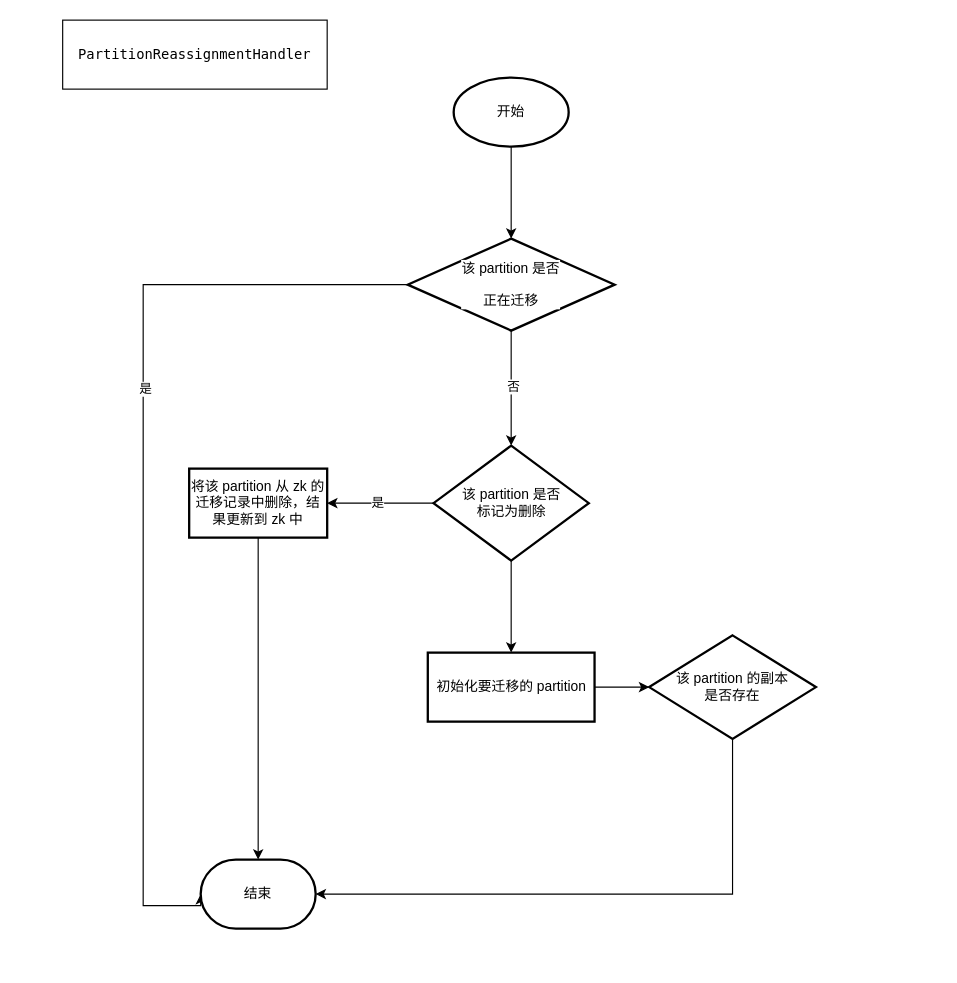
Before: page "副本迁移" (3 of 4) of kafka_controller.drawio in chuyuqiao/gogogo, a draw.io diagram. Source tidied: cells renumbered, new cells numbered last; positions are measured from the earlier drawing's top-left corner, leaving out a move shared by most shapes. Both pictures are drawn from the tidied source at 115%, with x=0, y=0 at pixel (62, 20).
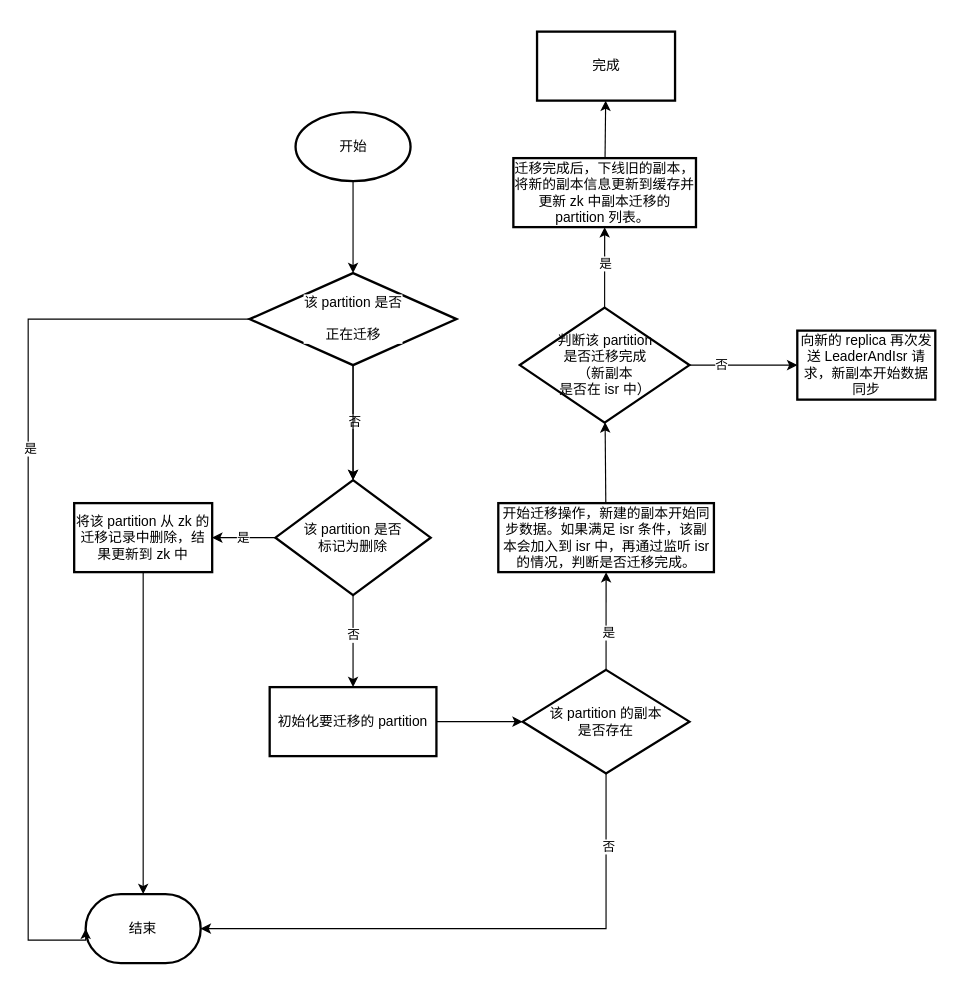
The same diagram, later.

Diff of the diagram source:
```diff
@@
-    <mxCell id="2" value="&lt;pre style=&quot;background-color: rgb(255 , 255 , 255) ; font-family: &amp;#34;menlo&amp;#34;&quot;&gt;PartitionReassignmentHandler&lt;/pre&gt;" style="rounded=0;whiteSpace=wrap;html=1;" parent="1" vertex="1">
-      <mxGeometry width="230" height="60" as="geometry" />
-    </mxCell>
-    <mxCell id="3" style="rounded=0;jettySize=auto;html=1;exitX=0;exitY=0.5;exitDx=0;exitDy=0;exitPerimeter=0;entryX=0;entryY=0.5;entryDx=0;entryDy=0;entryPerimeter=0;edgeStyle=orthogonalEdgeStyle;" parent="1" edge="1" source="7" target="10">
-      <mxGeometry relative="1" as="geometry">
-        <Array as="points">
-          <mxPoint x="70" y="230" />
-          <mxPoint x="70" y="770" />
-        </Array>
-      </mxGeometry>
-    </mxCell>
-    <mxCell id="4" value="是" style="edgeLabel;html=1;align=center;verticalAlign=middle;" parent="3" vertex="1">
-      <mxGeometry x="-0.23" y="1" relative="1" as="geometry" />
-    </mxCell>
+    <mxCell id="21" style="group;" parent="1" vertex="1">
+      <mxGeometry x="-30" y="10" width="788.8" height="810" as="geometry" />
+    </mxCell>
-    <mxCell id="5" style="rounded=0;jettySize=auto;html=1;" parent="1" edge="1" source="7" target="14">
-      <mxGeometry relative="1" as="geometry" />
+    <mxCell id="5" style="rounded=0;jettySize=auto;html=1;" parent="21" edge="1" target="14">
+      <mxGeometry relative="1" as="geometry">
+        <mxPoint x="282.5" y="290" as="sourcePoint" />
+      </mxGeometry>
     </mxCell>
@@
-    <mxCell id="7" value="&lt;pre style=&quot;background-color: rgb(255 , 255 , 255)&quot;&gt;&lt;span style=&quot;font-family: &amp;#34;helvetica&amp;#34;&quot;&gt;该 partition 是否&lt;/span&gt;&lt;/pre&gt;&lt;pre style=&quot;background-color: rgb(255 , 255 , 255)&quot;&gt;&lt;span style=&quot;font-family: &amp;#34;helvetica&amp;#34;&quot;&gt;正在迁移&lt;/span&gt;&lt;/pre&gt;" style="strokeWidth=2;html=1;shape=mxgraph.flowchart.decision;whiteSpace=wrap;" parent="1" vertex="1">
-      <mxGeometry x="300" y="190" width="180" height="80" as="geometry" />
+    <mxCell id="7" value="&lt;pre style=&quot;background-color: rgb(255 , 255 , 255)&quot;&gt;&lt;span style=&quot;font-family: &amp;#34;helvetica&amp;#34;&quot;&gt;该 partition 是否&lt;/span&gt;&lt;/pre&gt;&lt;pre style=&quot;background-color: rgb(255 , 255 , 255)&quot;&gt;&lt;span style=&quot;font-family: &amp;#34;helvetica&amp;#34;&quot;&gt;正在迁移&lt;/span&gt;&lt;/pre&gt;" style="strokeWidth=2;html=1;shape=mxgraph.flowchart.decision;whiteSpace=wrap;" parent="21" vertex="1">
+      <mxGeometry x="192.5" y="210" width="180" height="80" as="geometry" />
     </mxCell>
-    <mxCell id="8" style="edgeStyle=none;rounded=0;jettySize=auto;html=1;" parent="1" edge="1" source="9" target="7">
+    <mxCell id="8" style="edgeStyle=none;rounded=0;jettySize=auto;html=1;entryX=0.5;entryY=0;entryDx=0;entryDy=0;entryPerimeter=0;" parent="21" edge="1" source="9" target="7">
       <mxGeometry relative="1" as="geometry" />
     </mxCell>
-    <mxCell id="9" value="开始" style="strokeWidth=2;html=1;shape=mxgraph.flowchart.start_1;whiteSpace=wrap;" parent="1" vertex="1">
-      <mxGeometry x="340" y="50" width="100" height="60" as="geometry" />
+    <mxCell id="9" value="开始" style="strokeWidth=2;html=1;shape=mxgraph.flowchart.start_1;whiteSpace=wrap;" parent="21" vertex="1">
+      <mxGeometry x="232.5" y="70" width="100" height="60" as="geometry" />
     </mxCell>
-    <mxCell id="10" value="结束" style="strokeWidth=2;html=1;shape=mxgraph.flowchart.terminator;whiteSpace=wrap;" parent="1" vertex="1">
-      <mxGeometry x="120" y="730" width="100" height="60" as="geometry" />
+    <mxCell id="10" value="结束" style="strokeWidth=2;html=1;shape=mxgraph.flowchart.terminator;whiteSpace=wrap;" parent="21" vertex="1">
+      <mxGeometry x="50" y="750" width="100" height="60" as="geometry" />
     </mxCell>
+    <mxCell id="3" style="rounded=0;jettySize=auto;html=1;exitX=0;exitY=0.5;exitDx=0;exitDy=0;exitPerimeter=0;entryX=0;entryY=0.5;entryDx=0;entryDy=0;entryPerimeter=0;edgeStyle=orthogonalEdgeStyle;" parent="21" edge="1" source="7" target="10">
+      <mxGeometry relative="1" as="geometry">
+        <Array as="points">
+          <mxPoint y="250" />
+          <mxPoint y="790" />
+        </Array>
+      </mxGeometry>
+    </mxCell>
+    <mxCell id="4" value="是" style="edgeLabel;html=1;align=center;verticalAlign=middle;" parent="3" vertex="1">
+      <mxGeometry x="-0.23" y="1" relative="1" as="geometry" />
+    </mxCell>
+    <mxCell id="14" value="该 partition 是否&lt;br&gt;标记为删除" style="rhombus;whiteSpace=wrap;html=1;strokeWidth=2;" parent="21" vertex="1">
+      <mxGeometry x="215" y="390" width="135" height="100" as="geometry" />
+    </mxCell>
+    <mxCell id="22" style="edgeStyle=none;rounded=0;jettySize=auto;html=1;exitX=0.5;exitY=1;exitDx=0;exitDy=0;exitPerimeter=0;" parent="21" edge="1" source="7" target="14">
+      <mxGeometry relative="1" as="geometry" />
+    </mxCell>
+    <mxCell id="15" style="edgeStyle=none;rounded=0;jettySize=auto;html=1;exitX=0.5;exitY=0;exitDx=0;exitDy=0;" parent="21" edge="1" source="16" target="10">
+      <mxGeometry relative="1" as="geometry" />
+    </mxCell>
+    <mxCell id="16" value="&lt;span&gt;将该 partition 从 zk 的迁移记录中删除，结果更新到 zk 中&lt;/span&gt;" style="whiteSpace=wrap;html=1;strokeWidth=2;" parent="21" vertex="1">
+      <mxGeometry x="40" y="410" width="120" height="60" as="geometry" />
+    </mxCell>
-    <mxCell id="11" style="rounded=0;jettySize=auto;html=1;entryX=1;entryY=0.5;entryDx=0;entryDy=0;exitX=0;exitY=0.5;exitDx=0;exitDy=0;" parent="1" edge="1" source="14" target="16">
+    <mxCell id="11" style="rounded=0;jettySize=auto;html=1;entryX=1;entryY=0.5;entryDx=0;entryDy=0;exitX=0;exitY=0.5;exitDx=0;exitDy=0;" parent="21" edge="1" source="14" target="16">
       <mxGeometry relative="1" as="geometry" />
     </mxCell>
@@
+    <mxCell id="18" value="初始化要迁移的 partition" style="whiteSpace=wrap;html=1;strokeWidth=2;" parent="21" vertex="1">
+      <mxGeometry x="210" y="570" width="145" height="60" as="geometry" />
+    </mxCell>
-    <mxCell id="13" style="edgeStyle=none;rounded=0;jettySize=auto;html=1;" parent="1" edge="1" source="14" target="18">
+    <mxCell id="13" style="edgeStyle=none;rounded=0;jettySize=auto;html=1;" parent="21" edge="1" source="14" target="18">
       <mxGeometry relative="1" as="geometry" />
     </mxCell>
-    <mxCell id="14" value="该 partition 是否&lt;br&gt;标记为删除" style="rhombus;whiteSpace=wrap;html=1;strokeWidth=2;" parent="1" vertex="1">
-      <mxGeometry x="322.5" y="370" width="135" height="100" as="geometry" />
-    </mxCell>
-    <mxCell id="15" style="edgeStyle=none;rounded=0;jettySize=auto;html=1;exitX=0.5;exitY=0;exitDx=0;exitDy=0;" parent="1" edge="1" source="16" target="10">
-      <mxGeometry relative="1" as="geometry" />
-    </mxCell>
-    <mxCell id="16" value="&lt;span&gt;将该 partition 从 zk 的迁移记录中删除，结果更新到 zk 中&lt;/span&gt;" style="whiteSpace=wrap;html=1;strokeWidth=2;" parent="1" vertex="1">
-      <mxGeometry x="110" y="390" width="120" height="60" as="geometry" />
-    </mxCell>
+    <mxCell id="23" value="否" style="edgeLabel;html=1;align=center;verticalAlign=middle;" parent="13" vertex="1">
+      <mxGeometry x="-0.15" relative="1" as="geometry" />
+    </mxCell>
+    <mxCell id="19" style="edgeStyle=orthogonalEdgeStyle;rounded=0;jettySize=auto;html=1;exitX=0.5;exitY=1;exitDx=0;exitDy=0;entryX=1;entryY=0.5;entryDx=0;entryDy=0;entryPerimeter=0;" parent="21" edge="1" source="20" target="10">
+      <mxGeometry relative="1" as="geometry" />
+    </mxCell>
+    <mxCell id="24" value="否" style="edgeLabel;html=1;align=center;verticalAlign=middle;" parent="19" vertex="1">
+      <mxGeometry x="-0.74" y="2" relative="1" as="geometry" />
+    </mxCell>
+    <mxCell id="20" value="该 partition 的副本&lt;br&gt;是否存在" style="rhombus;whiteSpace=wrap;html=1;strokeWidth=2;" parent="21" vertex="1">
+      <mxGeometry x="430" y="555" width="145" height="90" as="geometry" />
+    </mxCell>
-    <mxCell id="17" style="edgeStyle=none;rounded=0;jettySize=auto;html=1;" parent="1" edge="1" source="18" target="20">
+    <mxCell id="17" style="edgeStyle=none;rounded=0;jettySize=auto;html=1;" parent="21" edge="1" source="18" target="20">
       <mxGeometry relative="1" as="geometry" />
     </mxCell>
-    <mxCell id="18" value="初始化要迁移的 partition" style="whiteSpace=wrap;html=1;strokeWidth=2;" parent="1" vertex="1">
-      <mxGeometry x="317.5" y="550" width="145" height="60" as="geometry" />
-    </mxCell>
-    <mxCell id="19" style="edgeStyle=orthogonalEdgeStyle;rounded=0;jettySize=auto;html=1;exitX=0.5;exitY=1;exitDx=0;exitDy=0;entryX=1;entryY=0.5;entryDx=0;entryDy=0;entryPerimeter=0;" parent="1" edge="1" source="20" target="10">
-      <mxGeometry relative="1" as="geometry" />
-    </mxCell>
-    <mxCell id="20" value="该 partition 的副本&lt;br&gt;是否存在" style="rhombus;whiteSpace=wrap;html=1;strokeWidth=2;" parent="1" vertex="1">
-      <mxGeometry x="510" y="535" width="145" height="90" as="geometry" />
-    </mxCell>
+    <mxCell id="25" value="开始迁移操作，新建的副本开始同步数据。如果满足 isr 条件，该副本会加入到 isr 中，再通过监听 isr 的情况，判断是否迁移完成。" style="whiteSpace=wrap;html=1;strokeWidth=2;" parent="21" vertex="1">
+      <mxGeometry x="408.8" y="410" width="187.5" height="60" as="geometry" />
+    </mxCell>
+    <mxCell id="26" style="rounded=0;jettySize=auto;html=1;" parent="21" edge="1" source="20" target="25">
+      <mxGeometry relative="1" as="geometry" />
+    </mxCell>
+    <mxCell id="27" value="是" style="edgeLabel;html=1;align=center;verticalAlign=middle;" parent="26" vertex="1">
+      <mxGeometry x="-0.22" y="-1" relative="1" as="geometry">
+        <mxPoint x="1" as="offset" />
+      </mxGeometry>
+    </mxCell>
+    <mxCell id="28" value="判断该 partition &lt;br&gt;是否迁移完成&lt;br&gt;（新副本&lt;br&gt;是否在 isr 中）" style="rhombus;whiteSpace=wrap;html=1;strokeWidth=2;" parent="21" vertex="1">
+      <mxGeometry x="427.5" y="240" width="147.5" height="100" as="geometry" />
+    </mxCell>
+    <mxCell id="29" style="edgeStyle=none;rounded=0;jettySize=auto;html=1;" parent="21" edge="1" source="25" target="28">
+      <mxGeometry relative="1" as="geometry" />
+    </mxCell>
+    <mxCell id="30" value="迁移完成后，下线旧的副本，将新的副本信息更新到缓存并更新 zk 中副本迁移的 partition 列表。&amp;nbsp;" style="whiteSpace=wrap;html=1;strokeWidth=2;" parent="21" vertex="1">
+      <mxGeometry x="421.9" y="110" width="158.8" height="60" as="geometry" />
+    </mxCell>
+    <mxCell id="31" style="edgeStyle=none;rounded=0;jettySize=auto;html=1;" parent="21" edge="1" source="28" target="30">
+      <mxGeometry relative="1" as="geometry" />
+    </mxCell>
+    <mxCell id="32" value="是" style="edgeLabel;html=1;align=center;verticalAlign=middle;" parent="31" vertex="1">
+      <mxGeometry x="0.11" relative="1" as="geometry" />
+    </mxCell>
+    <mxCell id="33" value="完成" style="whiteSpace=wrap;html=1;strokeWidth=2;" parent="21" vertex="1">
+      <mxGeometry x="442.5" width="120" height="60" as="geometry" />
+    </mxCell>
+    <mxCell id="34" style="edgeStyle=none;rounded=0;jettySize=auto;html=1;" parent="21" edge="1" source="30" target="33">
+      <mxGeometry relative="1" as="geometry" />
+    </mxCell>
+    <mxCell id="35" value="向新的 replica 再次发送 LeaderAndIsr 请求，新副本开始数据同步" style="whiteSpace=wrap;html=1;strokeWidth=2;" parent="21" vertex="1">
+      <mxGeometry x="668.8" y="260" width="120" height="60" as="geometry" />
+    </mxCell>
+    <mxCell id="36" style="edgeStyle=none;rounded=0;jettySize=auto;html=1;" parent="21" edge="1" source="28" target="35">
+      <mxGeometry relative="1" as="geometry" />
+    </mxCell>
+    <mxCell id="37" value="否" style="edgeLabel;html=1;align=center;verticalAlign=middle;" parent="36" vertex="1">
+      <mxGeometry x="-0.42" y="1" relative="1" as="geometry" />
+    </mxCell>
```
